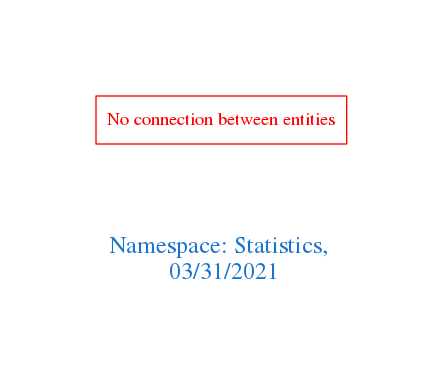
Earlier version of the Graphviz export downloads/Statistics.png (arago/OGIT). Its source is kept beside it as downloads/Statistics.dot.
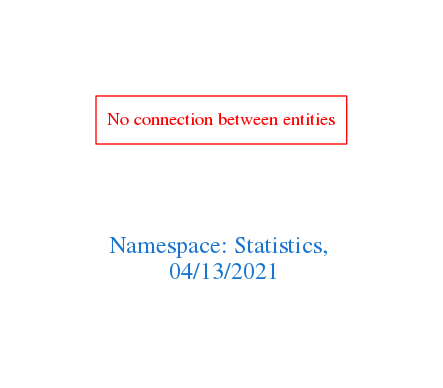
The same diagram one commit later.

The edit, as a diff of the source:
```diff
@@ -1,7 +1,7 @@
 digraph OGIT_ontology {
  graph [ rankdir= LR,pad=1
 fontsize = 18,
-fontcolor= dodgerblue3,label = "\n\n\nNamespace: Statistics, \n 03/31/2021"];
+fontcolor= dodgerblue3,label = "\n\n\nNamespace: Statistics, \n 04/13/2021"];
 node[shape=polygon];
 edge [  color="gray81"];
 
```
